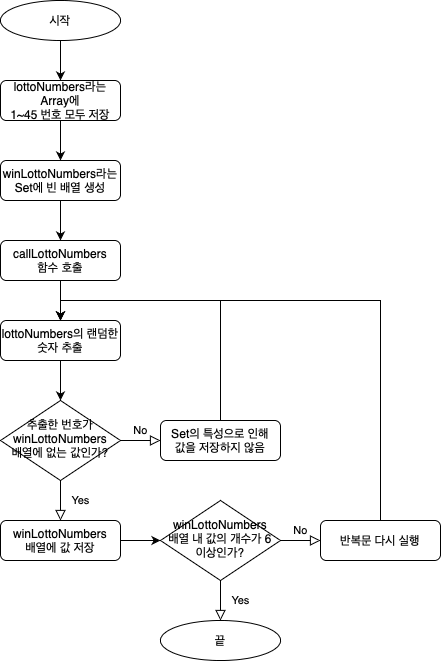
Earlier version of the draw.io export week2_step1_flowchart.png (yagom-academy/swift-starter-Round2). Source tidied: cells renumbered, new cells last; positions are measured from the earlier drawing's top-left corner, leaving out a move shared by most shapes.
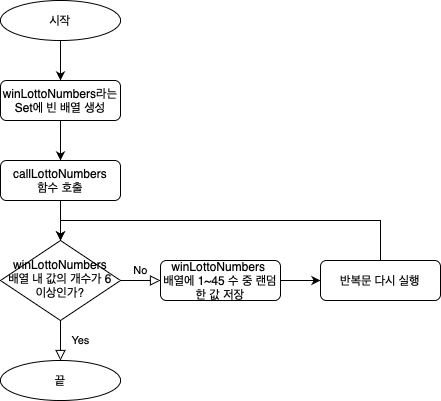
The same file after the commit.

Commit message:
순서도 수정

The edit, as a diff of the source:
```diff
@@ -2,78 +2,58 @@
   <root>
     <mxCell id="0" />
     <mxCell id="1" parent="0" />
-    <mxCell id="2" style="edgeStyle=orthogonalEdgeStyle;rounded=0;jettySize=auto;html=1;exitX=0.5;exitY=1;exitDx=0;exitDy=0;entryX=0.5;entryY=0;entryDx=0;entryDy=0;" parent="1" edge="1" source="3" target="24">
-      <mxGeometry relative="1" as="geometry" />
-    </mxCell>
-    <mxCell id="3" value="lottoNumbers라는 Array에&lt;br&gt;1~45 번호 모두 저장" style="rounded=1;whiteSpace=wrap;html=1;fontSize=12;glass=0;strokeWidth=1;shadow=0;" parent="1" vertex="1">
-      <mxGeometry y="80" width="120" height="40" as="geometry" />
-    </mxCell>
     <mxCell id="4" value="Yes" style="rounded=0;html=1;jettySize=auto;fontSize=11;endArrow=block;endFill=0;endSize=8;strokeWidth=1;shadow=0;labelBackgroundColor=none;edgeStyle=orthogonalEdgeStyle;" parent="1" edge="1" source="6">
       <mxGeometry y="20" relative="1" as="geometry">
-        <mxPoint x="220" y="620" as="targetPoint" />
+        <mxPoint x="60" y="360" as="targetPoint" />
       </mxGeometry>
     </mxCell>
     <mxCell id="5" value="No" style="edgeStyle=orthogonalEdgeStyle;rounded=0;html=1;jettySize=auto;fontSize=11;endArrow=block;endFill=0;endSize=8;strokeWidth=1;shadow=0;labelBackgroundColor=none;" parent="1" edge="1" source="6" target="8">
       <mxGeometry y="10" relative="1" as="geometry" />
     </mxCell>
     <mxCell id="6" value="winLottoNumbers&lt;br&gt;배열 내 값의 개수가&amp;nbsp;6 이상인가?" style="rhombus;whiteSpace=wrap;html=1;shadow=0;fontFamily=Helvetica;fontSize=12;align=center;strokeWidth=1;spacing=6;spacingTop=-4;" parent="1" vertex="1">
-      <mxGeometry x="160" y="500" width="120" height="80" as="geometry" />
+      <mxGeometry y="240" width="120" height="80" as="geometry" />
     </mxCell>
-    <mxCell id="7" style="edgeStyle=orthogonalEdgeStyle;rounded=0;jettySize=auto;html=1;exitX=0.5;exitY=0;exitDx=0;exitDy=0;entryX=0.5;entryY=0;entryDx=0;entryDy=0;" parent="1" edge="1" source="8" target="14">
-      <mxGeometry relative="1" as="geometry" />
-    </mxCell>
+    <mxCell id="25" style="edgeStyle=orthogonalEdgeStyle;rounded=0;jettySize=auto;html=1;exitX=1;exitY=0.5;exitDx=0;exitDy=0;entryX=0;entryY=0.5;entryDx=0;entryDy=0;" parent="1" edge="1" source="8" target="28">
+      <mxGeometry relative="1" as="geometry" />
+    </mxCell>
-    <mxCell id="8" value="반복문 다시 실행" style="rounded=1;whiteSpace=wrap;html=1;fontSize=12;glass=0;strokeWidth=1;shadow=0;" parent="1" vertex="1">
-      <mxGeometry x="320" y="520" width="120" height="40" as="geometry" />
+    <mxCell id="8" value="winLottoNumbers&amp;nbsp;&lt;br&gt;배열에 1~45 수 중 랜덤한 값 저장" style="rounded=1;whiteSpace=wrap;html=1;fontSize=12;glass=0;strokeWidth=1;shadow=0;" parent="1" vertex="1">
+      <mxGeometry x="160" y="260" width="120" height="40" as="geometry" />
     </mxCell>
-    <mxCell id="9" style="edgeStyle=orthogonalEdgeStyle;rounded=0;jettySize=auto;html=1;exitX=0.5;exitY=1;exitDx=0;exitDy=0;entryX=0.5;entryY=0;entryDx=0;entryDy=0;" parent="1" edge="1" source="10" target="3">
-      <mxGeometry relative="1" as="geometry" />
+    <mxCell id="9" style="edgeStyle=orthogonalEdgeStyle;rounded=0;jettySize=auto;html=1;exitX=0.5;exitY=1;exitDx=0;exitDy=0;entryX=0.5;entryY=0;entryDx=0;entryDy=0;" parent="1" edge="1" source="10">
+      <mxGeometry relative="1" as="geometry">
+        <mxPoint x="60" y="80" as="targetPoint" />
+      </mxGeometry>
     </mxCell>
     <mxCell id="10" value="시작" style="ellipse;whiteSpace=wrap;html=1;" parent="1" vertex="1">
       <mxGeometry width="120" height="40" as="geometry" />
     </mxCell>
-    <mxCell id="11" style="edgeStyle=orthogonalEdgeStyle;rounded=0;jettySize=auto;html=1;exitX=0.5;exitY=1;exitDx=0;exitDy=0;entryX=0.5;entryY=0;entryDx=0;entryDy=0;" parent="1" edge="1" source="12" target="14">
-      <mxGeometry relative="1" as="geometry" />
-    </mxCell>
+    <mxCell id="26" style="edgeStyle=orthogonalEdgeStyle;rounded=0;jettySize=auto;html=1;exitX=0.5;exitY=1;exitDx=0;exitDy=0;" parent="1" edge="1" source="12">
+      <mxGeometry relative="1" as="geometry">
+        <mxPoint x="60" y="240" as="targetPoint" />
+      </mxGeometry>
+    </mxCell>
     <mxCell id="12" value="callLottoNumbers&lt;br&gt;함수 호출" style="rounded=1;whiteSpace=wrap;html=1;fontSize=12;glass=0;strokeWidth=1;shadow=0;" parent="1" vertex="1">
-      <mxGeometry y="240" width="120" height="40" as="geometry" />
+      <mxGeometry y="160" width="120" height="40" as="geometry" />
     </mxCell>
-    <mxCell id="13" style="edgeStyle=orthogonalEdgeStyle;rounded=0;jettySize=auto;html=1;exitX=0.5;exitY=1;exitDx=0;exitDy=0;entryX=0.5;entryY=0;entryDx=0;entryDy=0;" parent="1" edge="1" source="14" target="19">
-      <mxGeometry relative="1" as="geometry" />
-    </mxCell>
-    <mxCell id="14" value="lottoNumbers의 랜덤한 숫자 추출" style="rounded=1;whiteSpace=wrap;html=1;fontSize=12;glass=0;strokeWidth=1;shadow=0;" parent="1" vertex="1">
-      <mxGeometry y="320" width="120" height="40" as="geometry" />
-    </mxCell>
-    <mxCell id="15" style="edgeStyle=orthogonalEdgeStyle;rounded=0;jettySize=auto;html=1;exitX=1;exitY=0.5;exitDx=0;exitDy=0;entryX=0;entryY=0.5;entryDx=0;entryDy=0;" parent="1" edge="1" source="16" target="6">
-      <mxGeometry relative="1" as="geometry" />
-    </mxCell>
-    <mxCell id="16" value="winLottoNumbers &lt;br&gt;배열에 값 저장" style="rounded=1;whiteSpace=wrap;html=1;fontSize=12;glass=0;strokeWidth=1;shadow=0;" parent="1" vertex="1">
-      <mxGeometry y="520" width="120" height="40" as="geometry" />
-    </mxCell>
-    <mxCell id="17" value="Yes" style="rounded=0;html=1;jettySize=auto;fontSize=11;endArrow=block;endFill=0;endSize=8;strokeWidth=1;shadow=0;labelBackgroundColor=none;edgeStyle=orthogonalEdgeStyle;" parent="1" edge="1" source="19">
-      <mxGeometry y="20" relative="1" as="geometry">
-        <mxPoint x="60" y="520" as="targetPoint" />
-      </mxGeometry>
-    </mxCell>
-    <mxCell id="18" value="No" style="edgeStyle=orthogonalEdgeStyle;rounded=0;html=1;jettySize=auto;fontSize=11;endArrow=block;endFill=0;endSize=8;strokeWidth=1;shadow=0;labelBackgroundColor=none;" parent="1" edge="1" source="19" target="21">
-      <mxGeometry y="10" relative="1" as="geometry" />
-    </mxCell>
-    <mxCell id="19" value="추출한 번호가&lt;br&gt;winLottoNumbers&lt;br&gt;배열에 없는 값인가?" style="rhombus;whiteSpace=wrap;html=1;shadow=0;fontFamily=Helvetica;fontSize=12;align=center;strokeWidth=1;spacing=6;spacingTop=-4;" parent="1" vertex="1">
-      <mxGeometry y="400" width="120" height="80" as="geometry" />
-    </mxCell>
-    <mxCell id="20" style="edgeStyle=orthogonalEdgeStyle;rounded=0;jettySize=auto;html=1;exitX=0.5;exitY=0;exitDx=0;exitDy=0;entryX=0.5;entryY=0;entryDx=0;entryDy=0;" parent="1" edge="1" source="21" target="14">
-      <mxGeometry relative="1" as="geometry" />
-    </mxCell>
-    <mxCell id="21" value="Set의 특성으로 인해&lt;br&gt;값을 저장하지 않음" style="rounded=1;whiteSpace=wrap;html=1;fontSize=12;glass=0;strokeWidth=1;shadow=0;" parent="1" vertex="1">
-      <mxGeometry x="160" y="420" width="120" height="40" as="geometry" />
-    </mxCell>
     <mxCell id="22" value="끝" style="ellipse;whiteSpace=wrap;html=1;" parent="1" vertex="1">
-      <mxGeometry x="160" y="620" width="120" height="40" as="geometry" />
+      <mxGeometry y="360" width="120" height="40" as="geometry" />
     </mxCell>
     <mxCell id="23" style="edgeStyle=orthogonalEdgeStyle;rounded=0;jettySize=auto;html=1;exitX=0.5;exitY=1;exitDx=0;exitDy=0;entryX=0.5;entryY=0;entryDx=0;entryDy=0;" parent="1" edge="1" source="24" target="12">
       <mxGeometry relative="1" as="geometry" />
     </mxCell>
     <mxCell id="24" value="winLottoNumbers라는&lt;br&gt;Set에 빈 배열 생성" style="rounded=1;whiteSpace=wrap;html=1;fontSize=12;glass=0;strokeWidth=1;shadow=0;" parent="1" vertex="1">
-      <mxGeometry y="160" width="120" height="40" as="geometry" />
+      <mxGeometry y="80" width="120" height="40" as="geometry" />
     </mxCell>
+    <mxCell id="27" style="edgeStyle=orthogonalEdgeStyle;rounded=0;jettySize=auto;html=1;exitX=0.5;exitY=0;exitDx=0;exitDy=0;entryX=0.5;entryY=0;entryDx=0;entryDy=0;" parent="1" edge="1" source="28" target="6">
+      <mxGeometry relative="1" as="geometry">
+        <Array as="points">
+          <mxPoint x="380" y="220" />
+          <mxPoint x="60" y="220" />
+        </Array>
+      </mxGeometry>
+    </mxCell>
+    <mxCell id="28" value="반복문 다시 실행" style="rounded=1;whiteSpace=wrap;html=1;fontSize=12;glass=0;strokeWidth=1;shadow=0;" parent="1" vertex="1">
+      <mxGeometry x="320" y="260" width="120" height="40" as="geometry" />
+    </mxCell>
   </root>
 </mxGraphModel>
```
